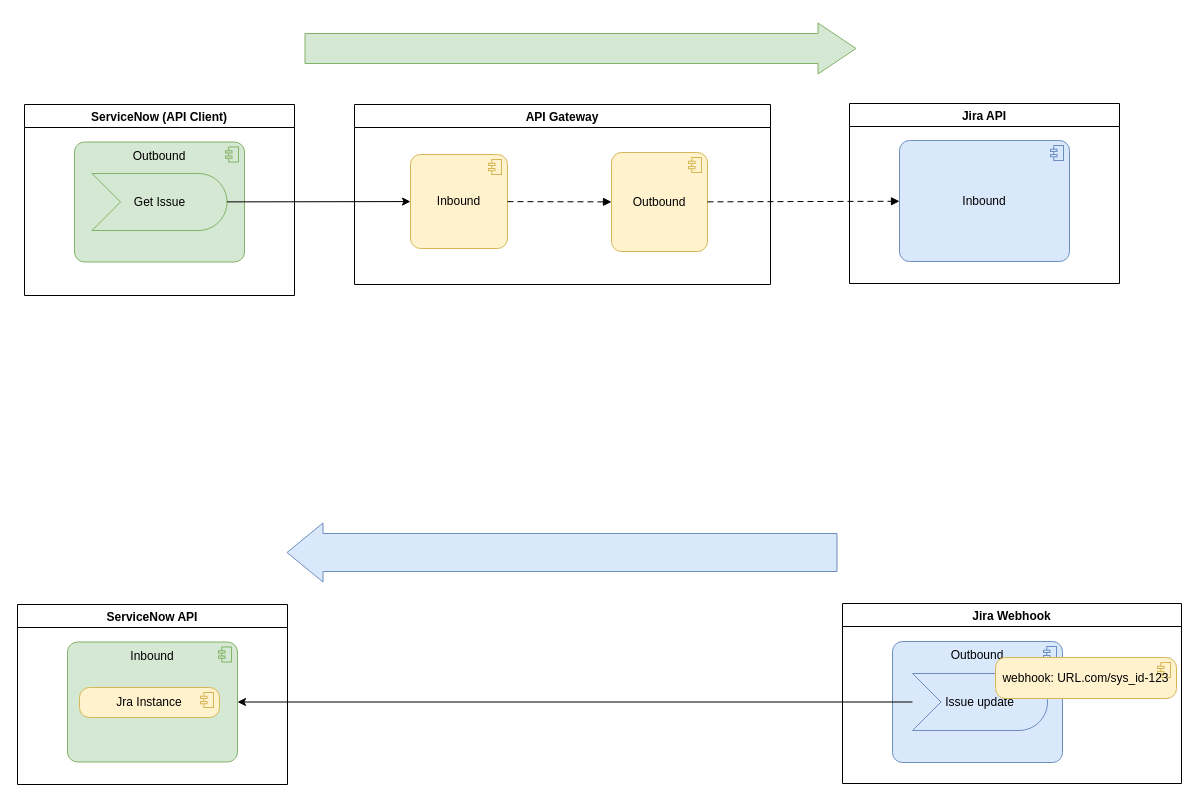
algimas/tmp keeps this draw.io diagram as page "ApiGateway" (1 of 9) of Rossmann.drawio. Above is the earlier version. Source tidied: cells renumbered, new cells numbered last; positions are measured from the earlier drawing's top-left corner, leaving out a move shared by most shapes. Both pictures are drawn from the tidied source at 100%, with x=0, y=0 at pixel (17, 48).
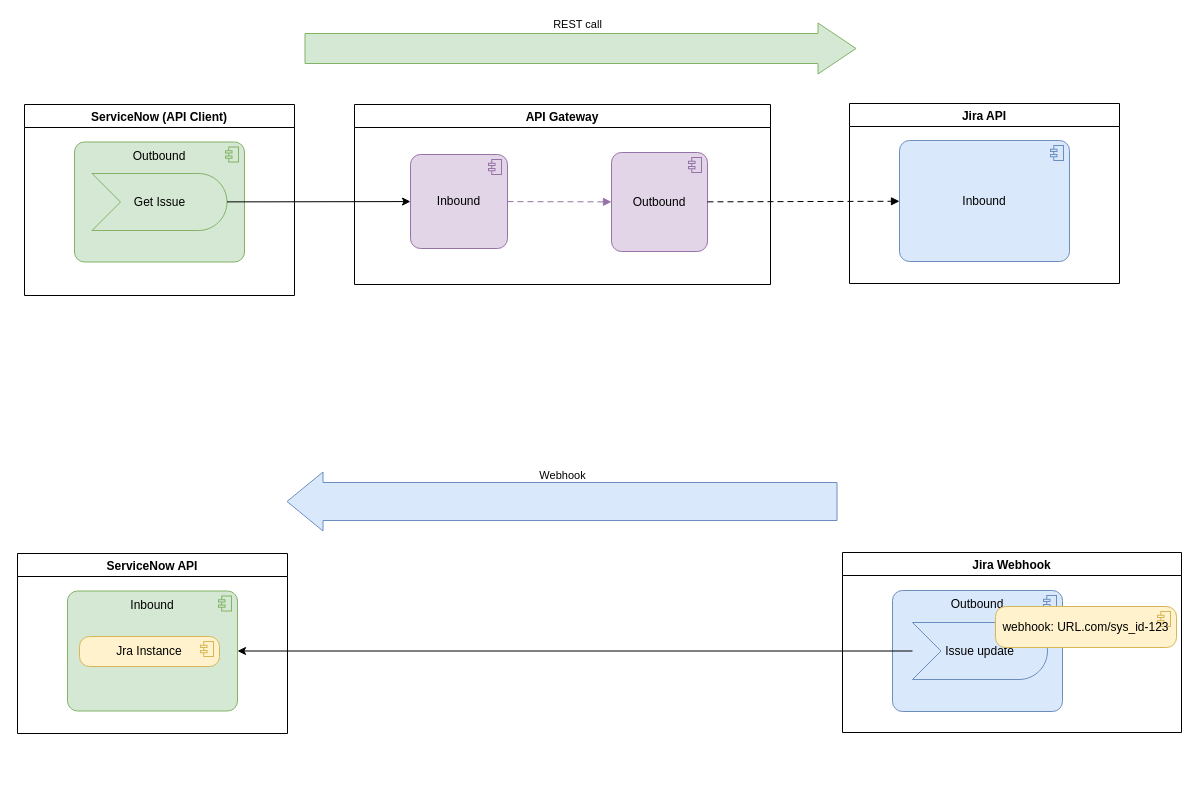
The same page after the edit.

Unchanged cells that the change refers to:
```xml
<mxCell id="2" value="API Gateway" style="swimlane;" parent="1" vertex="1">
  <mxGeometry x="337" y="56" width="416" height="180" as="geometry" />
</mxCell>
<mxCell id="21" style="shape=flexArrow;endArrow=classic;html=1;rounded=0;width=30;endSize=12.33;fillColor=#d5e8d4;strokeColor=#82b366;" parent="1" edge="1">
  <mxGeometry relative="1" as="geometry">
    <mxPoint x="287" as="sourcePoint" />
    <mxPoint x="839" as="targetPoint" />
  </mxGeometry>
</mxCell>
```

What changed in the source:
```diff
@@
-    <mxCell id="3" value="Inbound" style="html=1;outlineConnect=0;whiteSpace=wrap;fillColor=#fff2cc;shape=mxgraph.archimate3.application;appType=comp;archiType=rounded;strokeColor=#d6b656;verticalAlign=middle;fontStyle=0;" parent="2" vertex="1">
+    <mxCell id="3" value="Inbound" style="html=1;outlineConnect=0;whiteSpace=wrap;fillColor=#e1d5e7;shape=mxgraph.archimate3.application;appType=comp;archiType=rounded;strokeColor=#9673a6;verticalAlign=middle;fontStyle=0;" parent="2" vertex="1">
       <mxGeometry x="56" y="50" width="97" height="94" as="geometry" />
     </mxCell>
-    <mxCell id="4" value="Outbound" style="html=1;outlineConnect=0;whiteSpace=wrap;fillColor=#fff2cc;shape=mxgraph.archimate3.application;appType=comp;archiType=rounded;strokeColor=#d6b656;verticalAlign=middle;fontStyle=0;" parent="2" vertex="1">
+    <mxCell id="4" value="Outbound" style="html=1;outlineConnect=0;whiteSpace=wrap;fillColor=#e1d5e7;shape=mxgraph.archimate3.application;appType=comp;archiType=rounded;strokeColor=#9673a6;verticalAlign=middle;fontStyle=0;" parent="2" vertex="1">
       <mxGeometry x="257" y="48" width="96" height="99" as="geometry" />
     </mxCell>
-    <mxCell id="5" style="html=1;endArrow=block;dashed=1;elbow=vertical;endFill=1;dashPattern=6 4;rounded=0;fontSize=12;fontStyle=0;" parent="2" edge="1" source="3" target="4">
+    <mxCell id="5" style="html=1;endArrow=block;dashed=1;elbow=vertical;endFill=1;dashPattern=6 4;rounded=0;fontSize=12;fontStyle=0;fillColor=#e1d5e7;strokeColor=#9673a6;" parent="2" edge="1" source="3" target="4">
       <mxGeometry relative="1" as="geometry" />
     </mxCell>
@@
     <mxCell id="13" value="ServiceNow API" style="swimlane;" parent="1" vertex="1">
-      <mxGeometry y="556" width="270" height="180" as="geometry" />
+      <mxGeometry y="505" width="270" height="180" as="geometry" />
     </mxCell>
@@
     <mxCell id="16" value="Jira Webhook" style="swimlane;" parent="1" vertex="1">
-      <mxGeometry x="825" y="555" width="339" height="180" as="geometry" />
+      <mxGeometry x="825" y="504" width="339" height="180" as="geometry" />
     </mxCell>
@@
+    <mxCell id="23" value="REST call" style="edgeLabel;html=1;align=center;verticalAlign=middle;" parent="21" vertex="1">
+      <mxGeometry x="0.01" y="7" relative="1" as="geometry">
+        <mxPoint x="-7" y="-18" as="offset" />
+      </mxGeometry>
+    </mxCell>
     <mxCell id="22" style="shape=flexArrow;endArrow=classic;html=1;rounded=0;width=38;endSize=11.67;fillColor=#dae8fc;strokeColor=#6c8ebf;" parent="1" edge="1">
       <mxGeometry relative="1" as="geometry">
-        <mxPoint x="820" y="504" as="sourcePoint" />
-        <mxPoint x="269" y="504" as="targetPoint" />
+        <mxPoint x="820" y="453" as="sourcePoint" />
+        <mxPoint x="269" y="453" as="targetPoint" />
       </mxGeometry>
     </mxCell>
+    <mxCell id="24" value="Webhook" style="edgeLabel;html=1;align=center;verticalAlign=middle;" parent="22" vertex="1">
+      <mxGeometry x="-0.35" y="-5" relative="1" as="geometry">
+        <mxPoint x="-97" y="-22" as="offset" />
+      </mxGeometry>
+    </mxCell>
```
